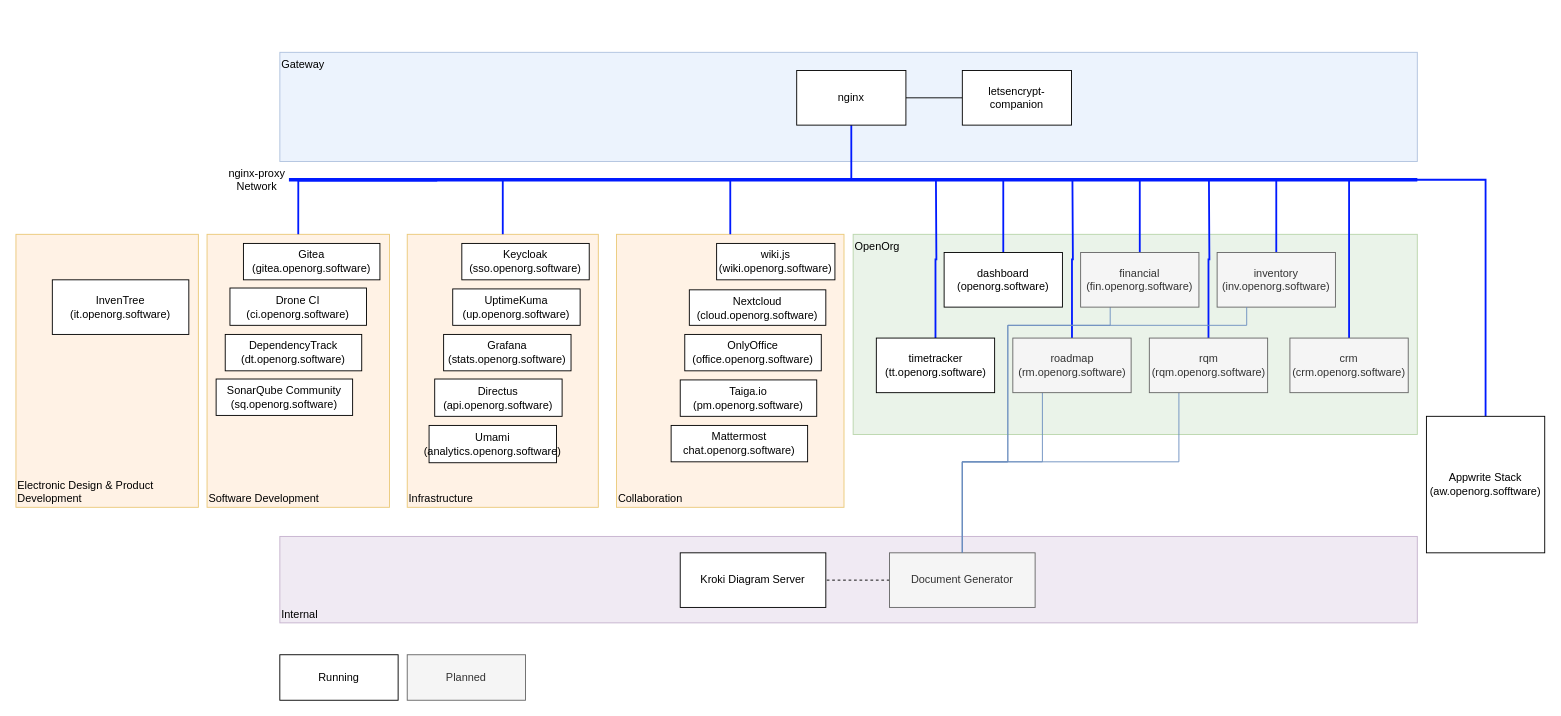
Above: .drawings/overview.drawio in openorg-software/openorg-docker-compose (draw.io), before the change. Source tidied: cells renumbered, new cells numbered last; positions are measured from the earlier drawing's top-left corner, leaving out a move shared by most shapes. Both pictures are drawn from the tidied source at 91%, with x=0, y=0 at pixel (15, 52).
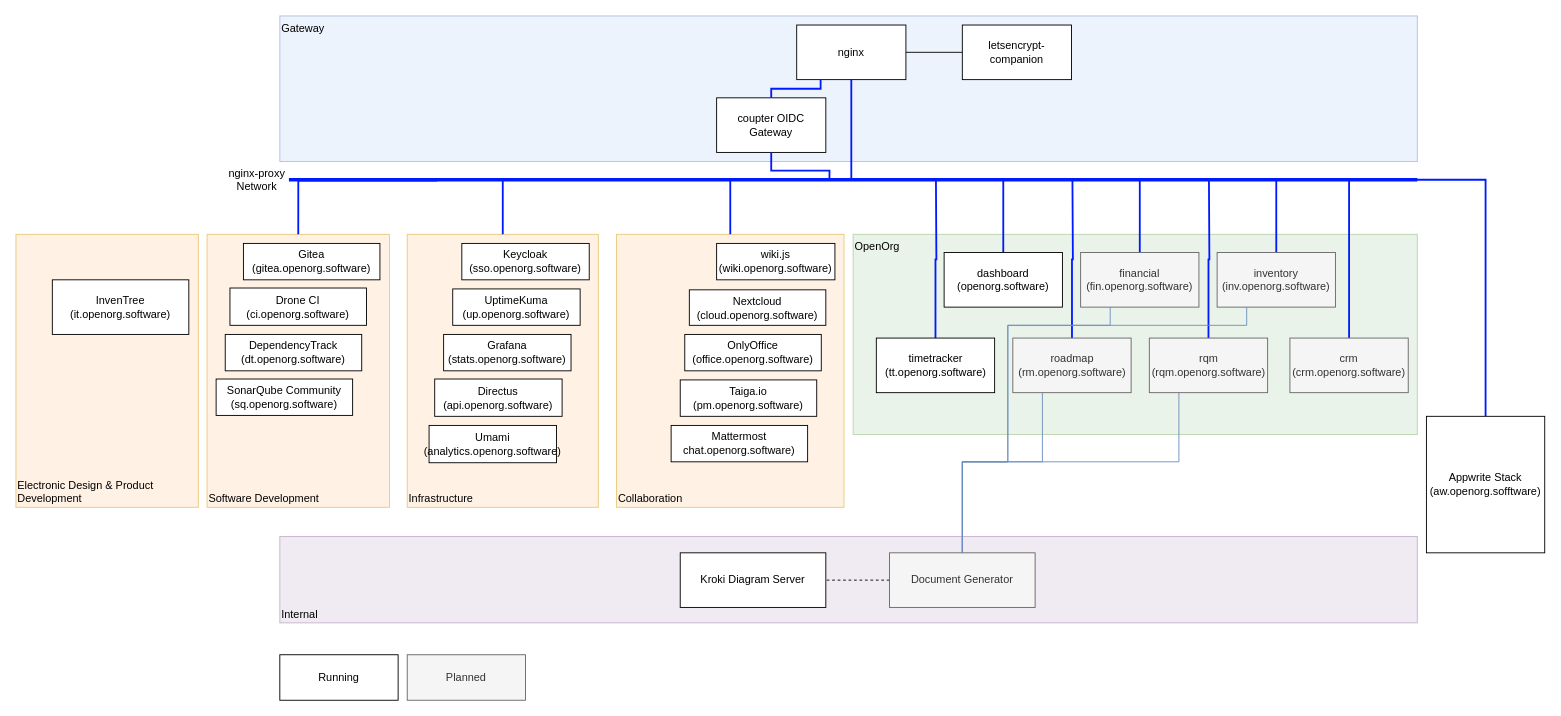
The same diagram, later.

Diff of the diagram source:
```diff
@@
     <mxCell id="5" value="Gateway" style="rounded=0;whiteSpace=wrap;html=1;align=left;verticalAlign=top;fillColor=#dae8fc;strokeColor=#6c8ebf;opacity=50;" parent="1" vertex="1">
-      <mxGeometry x="290" width="1250" height="120" as="geometry" />
+      <mxGeometry x="290" y="-40" width="1250" height="160" as="geometry" />
     </mxCell>
@@
     <mxCell id="14" value="nginx" style="rounded=0;whiteSpace=wrap;html=1;" parent="1" vertex="1">
-      <mxGeometry x="858" y="20" width="120" height="60" as="geometry" />
+      <mxGeometry x="858" y="-30" width="120" height="60" as="geometry" />
     </mxCell>
     <mxCell id="15" value="letsencrypt-companion" style="rounded=0;whiteSpace=wrap;html=1;" parent="1" vertex="1">
-      <mxGeometry x="1040" y="20" width="120" height="60" as="geometry" />
+      <mxGeometry x="1040" y="-30" width="120" height="60" as="geometry" />
     </mxCell>
@@
+    <mxCell id="58" value="coupter OIDC Gateway" style="rounded=0;whiteSpace=wrap;html=1;" parent="1" vertex="1">
+      <mxGeometry x="770" y="50" width="120" height="60" as="geometry" />
+    </mxCell>
+    <mxCell id="59" style="edgeStyle=orthogonalEdgeStyle;rounded=0;jettySize=auto;html=1;exitX=0.219;exitY=1.007;exitDx=0;exitDy=0;endArrow=none;endFill=0;strokeColor=#001AFF;strokeWidth=2;exitPerimeter=0;entryX=0.5;entryY=0;entryDx=0;entryDy=0;" parent="1" edge="1" source="14" target="58">
+      <mxGeometry relative="1" as="geometry">
+        <Array as="points">
+          <mxPoint x="884" y="40" />
+          <mxPoint x="830" y="40" />
+        </Array>
+      </mxGeometry>
+    </mxCell>
+    <mxCell id="60" style="edgeStyle=orthogonalEdgeStyle;rounded=0;jettySize=auto;html=1;endArrow=none;endFill=0;strokeColor=#001AFF;strokeWidth=2;entryX=0.5;entryY=1;entryDx=0;entryDy=0;" parent="1" edge="1" target="58">
+      <mxGeometry relative="1" as="geometry">
+        <mxPoint x="920" y="140" as="sourcePoint" />
+        <Array as="points">
+          <mxPoint x="894" y="140" />
+          <mxPoint x="894" y="130" />
+          <mxPoint x="830" y="130" />
+        </Array>
+      </mxGeometry>
+    </mxCell>
```
